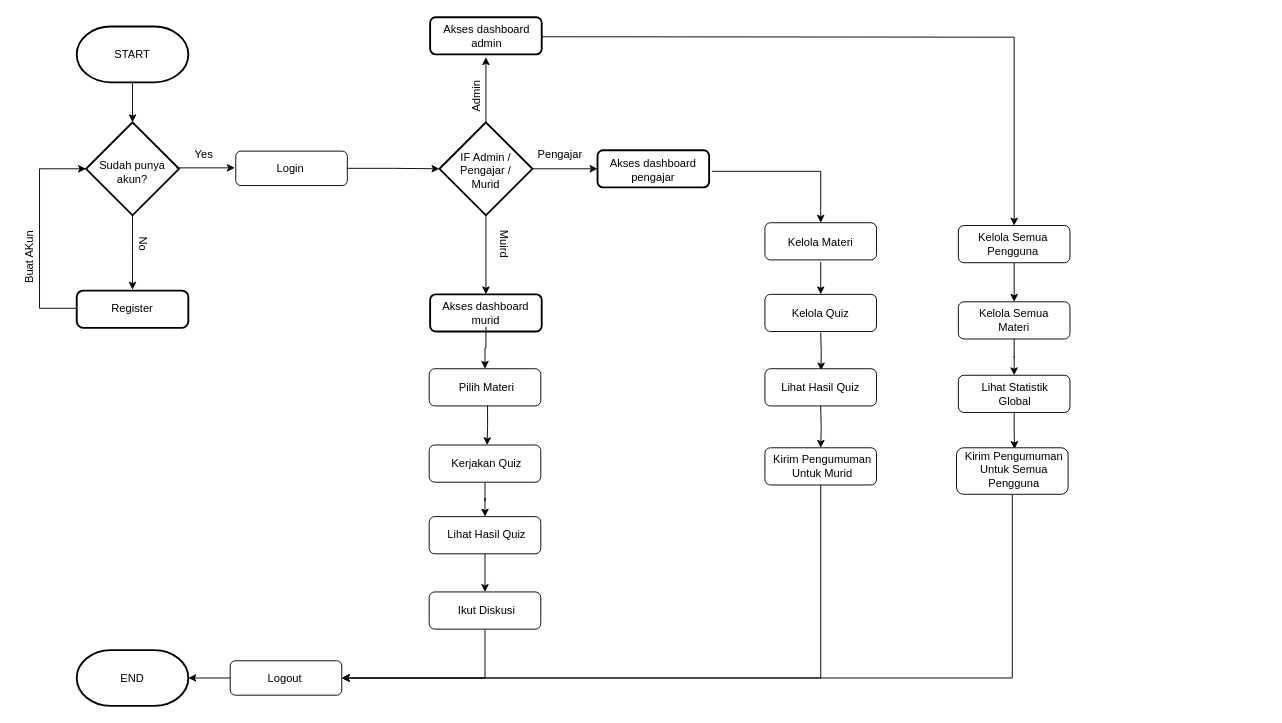
Above: benkyou.drawio in muhammad-shofa/benkyou (draw.io), before the change. Source tidied: cells renumbered, new cells numbered last; positions are measured from the earlier drawing's top-left corner, leaving out a move shared by most shapes. Both pictures are drawn from the tidied source at 93%, with x=0, y=0 at pixel (-7, 17).
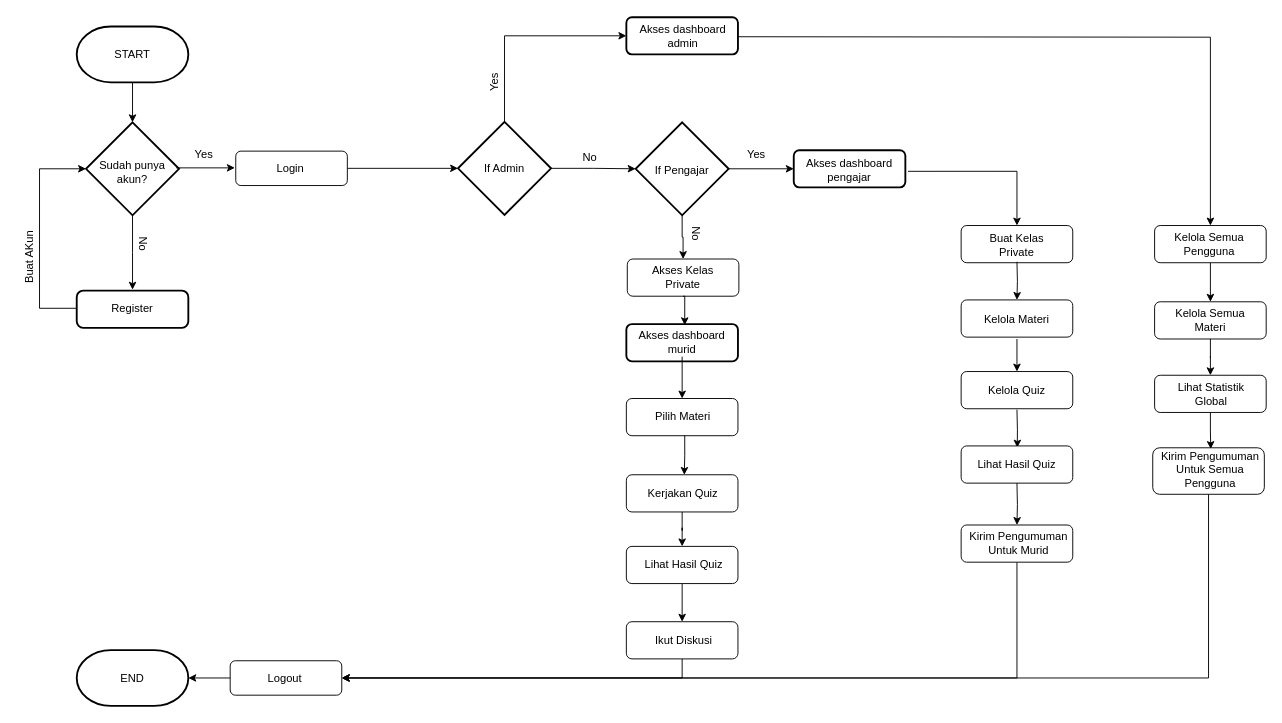
After the change.

Unchanged cells that the change refers to:
```xml
<mxCell id="12" style="rounded=1;whiteSpace=wrap;html=1;" parent="1" vertex="1">
  <mxGeometry x="261" y="144" width="120" height="37" as="geometry" />
</mxCell>
```

Diff of the diagram source:
```diff
@@
-    <mxCell id="11" style="edgeStyle=orthogonalEdgeStyle;rounded=0;jettySize=auto;html=1;entryX=0;entryY=0.5;entryDx=0;entryDy=0;" parent="1" edge="1" source="12" target="21">
+    <mxCell id="11" style="edgeStyle=orthogonalEdgeStyle;rounded=0;jettySize=auto;html=1;entryX=0;entryY=0.5;entryDx=0;entryDy=0;" parent="1" edge="1" source="12" target="78">
       <mxGeometry relative="1" as="geometry" />
     </mxCell>
@@
-    <mxCell id="18" style="edgeStyle=orthogonalEdgeStyle;rounded=0;jettySize=auto;html=1;" parent="1" edge="1" source="21">
-      <mxGeometry relative="1" as="geometry">
-        <mxPoint x="530" y="43" as="targetPoint" />
-      </mxGeometry>
-    </mxCell>
@@
-    <mxCell id="20" style="edgeStyle=orthogonalEdgeStyle;rounded=0;jettySize=auto;html=1;" parent="1" edge="1" source="21" target="29">
+    <mxCell id="20" style="edgeStyle=orthogonalEdgeStyle;rounded=0;jettySize=auto;html=1;entryX=0.5;entryY=0;entryDx=0;entryDy=0;" parent="1" edge="1" source="21" target="84">
       <mxGeometry relative="1" as="geometry" />
     </mxCell>
     <mxCell id="21" style="rhombus;whiteSpace=wrap;html=1;strokeWidth=2;" parent="1" vertex="1">
-      <mxGeometry x="480" y="113" width="100" height="100" as="geometry" />
+      <mxGeometry x="691" y="113" width="100" height="100" as="geometry" />
     </mxCell>
-    <mxCell id="22" value="IF Admin / Pengajar / Murid" style="text;strokeColor=none;align=center;fillColor=none;html=1;verticalAlign=middle;whiteSpace=wrap;rounded=0;" parent="1" vertex="1">
-      <mxGeometry x="490" y="150" width="80" height="30" as="geometry" />
+    <mxCell id="22" value="If Pengajar" style="text;strokeColor=none;align=center;fillColor=none;html=1;verticalAlign=middle;whiteSpace=wrap;rounded=0;" parent="1" vertex="1">
+      <mxGeometry x="701" y="150" width="80" height="30" as="geometry" />
     </mxCell>
     <mxCell id="23" style="rounded=1;whiteSpace=wrap;html=1;strokeWidth=2;" parent="1" vertex="1">
-      <mxGeometry x="470" width="120" height="40" as="geometry" />
+      <mxGeometry x="681" width="120" height="40" as="geometry" />
     </mxCell>
     <mxCell id="24" style="edgeStyle=orthogonalEdgeStyle;rounded=0;jettySize=auto;html=1;" parent="1" edge="1" target="48">
       <mxGeometry relative="1" as="geometry">
-        <mxPoint x="590" y="21" as="sourcePoint" />
+        <mxPoint x="801" y="21" as="sourcePoint" />
       </mxGeometry>
     </mxCell>
     <mxCell id="25" value="Akses dashboard admin" style="text;strokeColor=none;align=center;fillColor=none;html=1;verticalAlign=middle;whiteSpace=wrap;rounded=0;" parent="1" vertex="1">
-      <mxGeometry x="481" y="6" width="100" height="30" as="geometry" />
+      <mxGeometry x="692" y="6" width="100" height="30" as="geometry" />
     </mxCell>
     <mxCell id="26" style="rounded=1;whiteSpace=wrap;html=1;strokeWidth=2;" parent="1" vertex="1">
-      <mxGeometry x="650" y="143" width="120" height="40" as="geometry" />
+      <mxGeometry x="861" y="143" width="120" height="40" as="geometry" />
     </mxCell>
-    <mxCell id="27" style="edgeStyle=orthogonalEdgeStyle;rounded=0;jettySize=auto;html=1;exitX=1.024;exitY=0.568;exitDx=0;exitDy=0;exitPerimeter=0;" parent="1" edge="1" source="26" target="35">
+    <mxCell id="27" style="edgeStyle=orthogonalEdgeStyle;rounded=0;jettySize=auto;html=1;exitX=1.024;exitY=0.568;exitDx=0;exitDy=0;exitPerimeter=0;entryX=0.5;entryY=0;entryDx=0;entryDy=0;" parent="1" edge="1" source="26" target="81">
       <mxGeometry relative="1" as="geometry" />
     </mxCell>
     <mxCell id="28" value="Akses dashboard pengajar" style="text;strokeColor=none;align=center;fillColor=none;html=1;verticalAlign=middle;whiteSpace=wrap;rounded=0;" parent="1" vertex="1">
-      <mxGeometry x="660" y="150" width="100" height="30" as="geometry" />
+      <mxGeometry x="871" y="150" width="100" height="30" as="geometry" />
     </mxCell>
     <mxCell id="29" style="rounded=1;whiteSpace=wrap;html=1;strokeWidth=2;" parent="1" vertex="1">
-      <mxGeometry x="470" y="298" width="120" height="40" as="geometry" />
+      <mxGeometry x="681" y="330" width="120" height="40" as="geometry" />
     </mxCell>
@@
     <mxCell id="31" value="Akses dashboard murid" style="text;strokeColor=none;align=center;fillColor=none;html=1;verticalAlign=middle;whiteSpace=wrap;rounded=0;" parent="1" vertex="1">
-      <mxGeometry x="480" y="303" width="100" height="30" as="geometry" />
+      <mxGeometry x="691" y="335" width="100" height="30" as="geometry" />
     </mxCell>
-    <mxCell id="32" value="Pengajar" style="text;strokeColor=none;align=center;fillColor=none;html=1;verticalAlign=middle;whiteSpace=wrap;rounded=0;" parent="1" vertex="1">
-      <mxGeometry x="570" y="133" width="80" height="30" as="geometry" />
+    <mxCell id="32" value="Yes" style="text;strokeColor=none;align=center;fillColor=none;html=1;verticalAlign=middle;whiteSpace=wrap;rounded=0;" parent="1" vertex="1">
+      <mxGeometry x="781" y="133" width="80" height="30" as="geometry" />
     </mxCell>
-    <mxCell id="33" value="Muird" style="text;strokeColor=none;align=center;fillColor=none;html=1;verticalAlign=middle;whiteSpace=wrap;rounded=0;rotation=90;" parent="1" vertex="1">
-      <mxGeometry x="510" y="229" width="80" height="30" as="geometry" />
+    <mxCell id="33" value="No" style="text;strokeColor=none;align=center;fillColor=none;html=1;verticalAlign=middle;whiteSpace=wrap;rounded=0;rotation=90;" parent="1" vertex="1">
+      <mxGeometry x="716" y="218" width="80" height="30" as="geometry" />
     </mxCell>
-    <mxCell id="34" value="Admin" style="text;strokeColor=none;align=center;fillColor=none;html=1;verticalAlign=middle;whiteSpace=wrap;rounded=0;rotation=270;" parent="1" vertex="1">
-      <mxGeometry x="480" y="70" width="80" height="30" as="geometry" />
+    <mxCell id="34" value="Yes" style="text;strokeColor=none;align=center;fillColor=none;html=1;verticalAlign=middle;whiteSpace=wrap;rounded=0;rotation=270;" parent="1" vertex="1">
+      <mxGeometry x="500" y="55" width="80" height="30" as="geometry" />
     </mxCell>
     <mxCell id="35" style="rounded=1;whiteSpace=wrap;html=1;" parent="1" vertex="1">
-      <mxGeometry x="830" y="221" width="120" height="40" as="geometry" />
+      <mxGeometry x="1041" y="304" width="120" height="40" as="geometry" />
     </mxCell>
     <mxCell id="36" style="edgeStyle=orthogonalEdgeStyle;rounded=0;jettySize=auto;html=1;entryX=0.5;entryY=0;entryDx=0;entryDy=0;" parent="1" edge="1" target="38">
       <mxGeometry relative="1" as="geometry">
-        <mxPoint x="890" y="263" as="sourcePoint" />
+        <mxPoint x="1101" y="346" as="sourcePoint" />
       </mxGeometry>
     </mxCell>
     <mxCell id="37" value="Kelola Materi" style="text;strokeColor=none;align=center;fillColor=none;html=1;verticalAlign=middle;whiteSpace=wrap;rounded=0;" parent="1" vertex="1">
-      <mxGeometry x="840" y="227" width="100" height="30" as="geometry" />
+      <mxGeometry x="1051" y="310" width="100" height="30" as="geometry" />
     </mxCell>
     <mxCell id="38" style="rounded=1;whiteSpace=wrap;html=1;" parent="1" vertex="1">
-      <mxGeometry x="830" y="298" width="120" height="40" as="geometry" />
+      <mxGeometry x="1041" y="381" width="120" height="40" as="geometry" />
     </mxCell>
     <mxCell id="39" style="edgeStyle=orthogonalEdgeStyle;rounded=0;jettySize=auto;html=1;entryX=0.503;entryY=0.045;entryDx=0;entryDy=0;entryPerimeter=0;" parent="1" edge="1" target="41">
       <mxGeometry relative="1" as="geometry">
-        <mxPoint x="890" y="339" as="sourcePoint" />
+        <mxPoint x="1101" y="422" as="sourcePoint" />
       </mxGeometry>
     </mxCell>
     <mxCell id="40" value="Kelola Quiz" style="text;strokeColor=none;align=center;fillColor=none;html=1;verticalAlign=middle;whiteSpace=wrap;rounded=0;" parent="1" vertex="1">
-      <mxGeometry x="840" y="304" width="100" height="30" as="geometry" />
+      <mxGeometry x="1051" y="387" width="100" height="30" as="geometry" />
     </mxCell>
     <mxCell id="41" style="rounded=1;whiteSpace=wrap;html=1;" parent="1" vertex="1">
-      <mxGeometry x="830" y="378" width="120" height="40" as="geometry" />
+      <mxGeometry x="1041" y="461" width="120" height="40" as="geometry" />
     </mxCell>
     <mxCell id="42" style="edgeStyle=orthogonalEdgeStyle;rounded=0;jettySize=auto;html=1;entryX=0.5;entryY=0;entryDx=0;entryDy=0;" parent="1" edge="1" target="45">
       <mxGeometry relative="1" as="geometry">
-        <mxPoint x="890" y="418" as="sourcePoint" />
+        <mxPoint x="1101" y="501" as="sourcePoint" />
       </mxGeometry>
     </mxCell>
     <mxCell id="43" value="Lihat Hasil Quiz" style="text;strokeColor=none;align=center;fillColor=none;html=1;verticalAlign=middle;whiteSpace=wrap;rounded=0;" parent="1" vertex="1">
-      <mxGeometry x="840" y="383" width="100" height="30" as="geometry" />
+      <mxGeometry x="1051" y="466" width="100" height="30" as="geometry" />
     </mxCell>
@@
     <mxCell id="45" style="rounded=1;whiteSpace=wrap;html=1;" parent="1" vertex="1">
-      <mxGeometry x="830" y="463" width="120" height="40" as="geometry" />
+      <mxGeometry x="1041" y="546" width="120" height="40" as="geometry" />
     </mxCell>
     <mxCell id="46" value="Kirim Pengumuman Untuk Murid" style="text;strokeColor=none;align=center;fillColor=none;html=1;verticalAlign=middle;whiteSpace=wrap;rounded=0;" parent="1" vertex="1">
-      <mxGeometry x="832" y="468" width="120" height="30" as="geometry" />
+      <mxGeometry x="1043" y="551" width="120" height="30" as="geometry" />
     </mxCell>
@@
     <mxCell id="48" style="rounded=1;whiteSpace=wrap;html=1;" parent="1" vertex="1">
-      <mxGeometry x="1038" y="224" width="120" height="40" as="geometry" />
+      <mxGeometry x="1249" y="224" width="120" height="40" as="geometry" />
     </mxCell>
     <mxCell id="49" value="Kelola Semua Pengguna" style="text;strokeColor=none;align=center;fillColor=none;html=1;verticalAlign=middle;whiteSpace=wrap;rounded=0;" parent="1" vertex="1">
-      <mxGeometry x="1047" y="229" width="100" height="30" as="geometry" />
+      <mxGeometry x="1258" y="229" width="100" height="30" as="geometry" />
     </mxCell>
@@
     <mxCell id="51" style="rounded=1;whiteSpace=wrap;html=1;" parent="1" vertex="1">
-      <mxGeometry x="1038" y="306" width="120" height="40" as="geometry" />
+      <mxGeometry x="1249" y="306" width="120" height="40" as="geometry" />
     </mxCell>
     <mxCell id="52" value="Kelola Semua Materi" style="text;strokeColor=none;align=center;fillColor=none;html=1;verticalAlign=middle;whiteSpace=wrap;rounded=0;" parent="1" vertex="1">
-      <mxGeometry x="1048" y="311" width="100" height="30" as="geometry" />
+      <mxGeometry x="1259" y="311" width="100" height="30" as="geometry" />
     </mxCell>
@@
     <mxCell id="54" style="rounded=1;whiteSpace=wrap;html=1;" parent="1" vertex="1">
-      <mxGeometry x="1038" y="385" width="120" height="40" as="geometry" />
+      <mxGeometry x="1249" y="385" width="120" height="40" as="geometry" />
     </mxCell>
     <mxCell id="55" value="Lihat Statistik Global" style="text;strokeColor=none;align=center;fillColor=none;html=1;verticalAlign=middle;whiteSpace=wrap;rounded=0;" parent="1" vertex="1">
-      <mxGeometry x="1049" y="390" width="100" height="30" as="geometry" />
+      <mxGeometry x="1260" y="390" width="100" height="30" as="geometry" />
     </mxCell>
@@
     <mxCell id="57" style="rounded=1;whiteSpace=wrap;html=1;" parent="1" vertex="1">
-      <mxGeometry x="1036" y="463" width="120" height="50" as="geometry" />
+      <mxGeometry x="1247" y="463" width="120" height="50" as="geometry" />
     </mxCell>
     <mxCell id="58" value="Kirim Pengumuman Untuk Semua Pengguna" style="text;strokeColor=none;align=center;fillColor=none;html=1;verticalAlign=middle;whiteSpace=wrap;rounded=0;" parent="1" vertex="1">
-      <mxGeometry x="1038" y="472" width="120" height="30" as="geometry" />
+      <mxGeometry x="1249" y="472" width="120" height="30" as="geometry" />
     </mxCell>
     <mxCell id="59" style="rounded=1;whiteSpace=wrap;html=1;" parent="1" vertex="1">
-      <mxGeometry x="469" y="378" width="120" height="40" as="geometry" />
+      <mxGeometry x="681" y="410" width="120" height="40" as="geometry" />
     </mxCell>
@@
     <mxCell id="61" value="Pilih Materi" style="text;strokeColor=none;align=center;fillColor=none;html=1;verticalAlign=middle;whiteSpace=wrap;rounded=0;" parent="1" vertex="1">
-      <mxGeometry x="471" y="383" width="120" height="30" as="geometry" />
+      <mxGeometry x="682" y="415" width="120" height="30" as="geometry" />
     </mxCell>
@@
     <mxCell id="63" style="rounded=1;whiteSpace=wrap;html=1;" parent="1" vertex="1">
-      <mxGeometry x="469" y="460" width="120" height="40" as="geometry" />
+      <mxGeometry x="681" y="492" width="120" height="40" as="geometry" />
     </mxCell>
     <mxCell id="64" value="Kerjakan Quiz" style="text;strokeColor=none;align=center;fillColor=none;html=1;verticalAlign=middle;whiteSpace=wrap;rounded=0;" parent="1" vertex="1">
-      <mxGeometry x="471" y="465" width="120" height="30" as="geometry" />
+      <mxGeometry x="682" y="497" width="120" height="30" as="geometry" />
     </mxCell>
@@
     <mxCell id="66" style="rounded=1;whiteSpace=wrap;html=1;" parent="1" vertex="1">
-      <mxGeometry x="469" y="537" width="120" height="40" as="geometry" />
+      <mxGeometry x="681" y="569" width="120" height="40" as="geometry" />
     </mxCell>
     <mxCell id="67" value="Lihat Hasil Quiz" style="text;strokeColor=none;align=center;fillColor=none;html=1;verticalAlign=middle;whiteSpace=wrap;rounded=0;" parent="1" vertex="1">
-      <mxGeometry x="471" y="542" width="120" height="30" as="geometry" />
+      <mxGeometry x="683" y="574" width="120" height="30" as="geometry" />
     </mxCell>
@@
     <mxCell id="69" style="rounded=1;whiteSpace=wrap;html=1;" parent="1" vertex="1">
-      <mxGeometry x="469" y="618" width="120" height="40" as="geometry" />
+      <mxGeometry x="681" y="650" width="120" height="40" as="geometry" />
     </mxCell>
     <mxCell id="70" value="Ikut Diskusi" style="text;strokeColor=none;align=center;fillColor=none;html=1;verticalAlign=middle;whiteSpace=wrap;rounded=0;" parent="1" vertex="1">
-      <mxGeometry x="471" y="623" width="120" height="30" as="geometry" />
+      <mxGeometry x="683" y="655" width="120" height="30" as="geometry" />
     </mxCell>
@@
+    <mxCell id="76" style="edgeStyle=orthogonalEdgeStyle;rounded=0;jettySize=auto;html=1;exitX=1;exitY=0.5;exitDx=0;exitDy=0;entryX=0;entryY=0.5;entryDx=0;entryDy=0;" parent="1" edge="1" source="78" target="21">
+      <mxGeometry relative="1" as="geometry" />
+    </mxCell>
+    <mxCell id="77" style="edgeStyle=orthogonalEdgeStyle;rounded=0;jettySize=auto;html=1;exitX=0.5;exitY=0;exitDx=0;exitDy=0;entryX=0;entryY=0.5;entryDx=0;entryDy=0;" parent="1" edge="1" source="78" target="23">
+      <mxGeometry relative="1" as="geometry" />
+    </mxCell>
+    <mxCell id="78" style="rhombus;whiteSpace=wrap;html=1;strokeWidth=2;" parent="1" vertex="1">
+      <mxGeometry x="500" y="112.5" width="100" height="100" as="geometry" />
+    </mxCell>
+    <mxCell id="79" value="No" style="text;strokeColor=none;align=center;fillColor=none;html=1;verticalAlign=middle;whiteSpace=wrap;rounded=0;rotation=0;" parent="1" vertex="1">
+      <mxGeometry x="602" y="136" width="80" height="30" as="geometry" />
+    </mxCell>
+    <mxCell id="80" value="If Admin" style="text;strokeColor=none;align=center;fillColor=none;html=1;verticalAlign=middle;whiteSpace=wrap;rounded=0;" parent="1" vertex="1">
+      <mxGeometry x="510" y="147.5" width="80" height="30" as="geometry" />
+    </mxCell>
+    <mxCell id="81" style="rounded=1;whiteSpace=wrap;html=1;" parent="1" vertex="1">
+      <mxGeometry x="1041" y="224" width="120" height="40" as="geometry" />
+    </mxCell>
+    <mxCell id="82" style="edgeStyle=orthogonalEdgeStyle;rounded=0;jettySize=auto;html=1;entryX=0.5;entryY=0;entryDx=0;entryDy=0;" parent="1" edge="1" target="35">
+      <mxGeometry relative="1" as="geometry">
+        <mxPoint x="1101" y="263" as="sourcePoint" />
+      </mxGeometry>
+    </mxCell>
+    <mxCell id="83" value="Buat Kelas Private" style="text;strokeColor=none;align=center;fillColor=none;html=1;verticalAlign=middle;whiteSpace=wrap;rounded=0;" parent="1" vertex="1">
+      <mxGeometry x="1051" y="230" width="100" height="30" as="geometry" />
+    </mxCell>
+    <mxCell id="84" style="rounded=1;whiteSpace=wrap;html=1;fontStyle=1;" parent="1" vertex="1">
+      <mxGeometry x="682" y="260" width="120" height="40" as="geometry" />
+    </mxCell>
+    <mxCell id="85" style="edgeStyle=orthogonalEdgeStyle;rounded=0;jettySize=auto;html=1;exitX=0.5;exitY=1;exitDx=0;exitDy=0;entryX=0.523;entryY=0.03;entryDx=0;entryDy=0;entryPerimeter=0;" parent="1" edge="1" source="84" target="29">
+      <mxGeometry relative="1" as="geometry" />
+    </mxCell>
+    <mxCell id="86" value="Akses Kelas Private" style="text;strokeColor=none;align=center;fillColor=none;html=1;verticalAlign=middle;whiteSpace=wrap;rounded=0;" parent="1" vertex="1">
+      <mxGeometry x="692" y="265" width="100" height="30" as="geometry" />
+    </mxCell>
```
